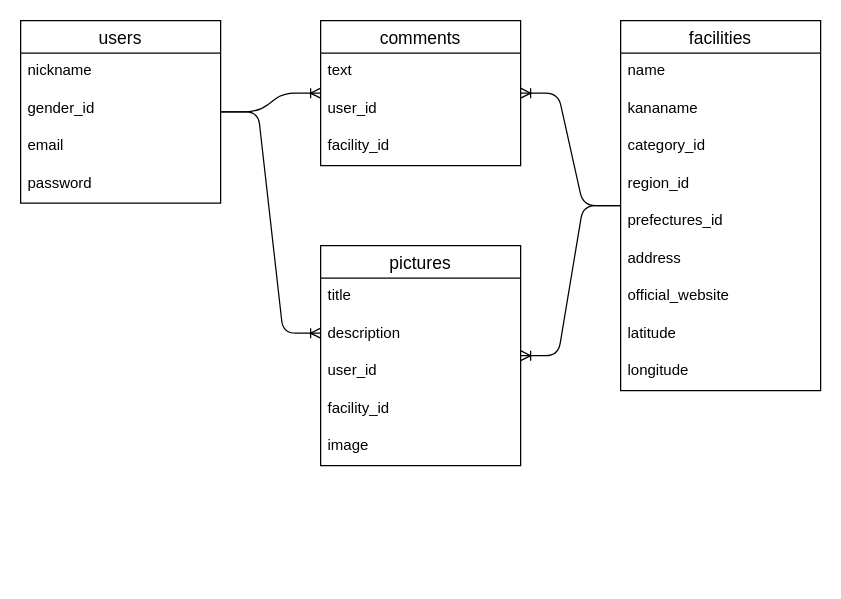
Above: ERD.dio in masaya-Programming/animal-connection (draw.io), before the change. Source tidied: cells renumbered, new cells numbered last; positions are measured from the earlier drawing's top-left corner, leaving out a move shared by most shapes. Both pictures are drawn from the tidied source at 125%, with x=0, y=0 at pixel (20, 20).
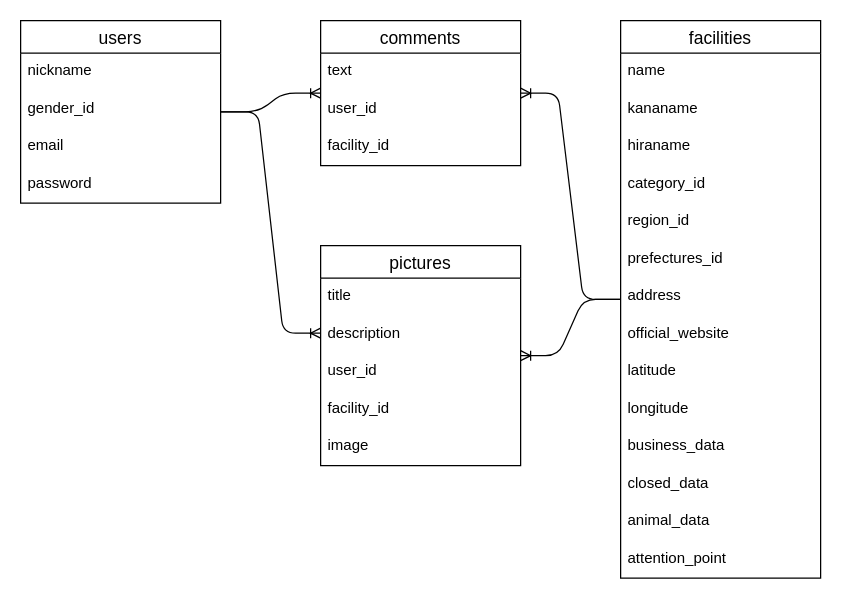
The same page after the edit.

What changed in the source:
```diff
@@
     <mxCell id="11" value="facilities" style="swimlane;fontStyle=0;horizontal=1;startSize=26;align=center;fontSize=14;" parent="1" vertex="1">
-      <mxGeometry x="480" width="160" height="296" as="geometry" />
+      <mxGeometry x="480" width="160" height="446" as="geometry" />
     </mxCell>
@@
+    <mxCell id="31" value="hiraname" style="text;strokeColor=none;fillColor=none;spacingLeft=4;spacingRight=4;overflow=hidden;fontSize=12;" parent="11" vertex="1">
+      <mxGeometry y="86" width="160" height="30" as="geometry" />
+    </mxCell>
     <mxCell id="14" value="category_id" style="text;strokeColor=none;fillColor=none;spacingLeft=4;spacingRight=4;overflow=hidden;fontSize=12;" parent="11" vertex="1">
-      <mxGeometry y="86" width="160" height="30" as="geometry" />
+      <mxGeometry y="116" width="160" height="30" as="geometry" />
     </mxCell>
     <mxCell id="15" value="region_id" style="text;strokeColor=none;fillColor=none;spacingLeft=4;spacingRight=4;overflow=hidden;fontSize=12;" parent="11" vertex="1">
-      <mxGeometry y="116" width="160" height="30" as="geometry" />
+      <mxGeometry y="146" width="160" height="30" as="geometry" />
     </mxCell>
     <mxCell id="16" value="prefectures_id" style="text;strokeColor=none;fillColor=none;spacingLeft=4;spacingRight=4;overflow=hidden;fontSize=12;" parent="11" vertex="1">
-      <mxGeometry y="146" width="160" height="30" as="geometry" />
+      <mxGeometry y="176" width="160" height="30" as="geometry" />
     </mxCell>
     <mxCell id="17" value="address" style="text;strokeColor=none;fillColor=none;spacingLeft=4;spacingRight=4;overflow=hidden;fontSize=12;" parent="11" vertex="1">
-      <mxGeometry y="176" width="160" height="30" as="geometry" />
+      <mxGeometry y="206" width="160" height="30" as="geometry" />
     </mxCell>
     <mxCell id="18" value="official_website" style="text;strokeColor=none;fillColor=none;spacingLeft=4;spacingRight=4;overflow=hidden;fontSize=12;" parent="11" vertex="1">
-      <mxGeometry y="206" width="160" height="30" as="geometry" />
+      <mxGeometry y="236" width="160" height="30" as="geometry" />
     </mxCell>
     <mxCell id="19" value="latitude" style="text;strokeColor=none;fillColor=none;spacingLeft=4;spacingRight=4;overflow=hidden;fontSize=12;" parent="11" vertex="1">
-      <mxGeometry y="236" width="160" height="30" as="geometry" />
+      <mxGeometry y="266" width="160" height="30" as="geometry" />
     </mxCell>
     <mxCell id="20" value="longitude" style="text;strokeColor=none;fillColor=none;spacingLeft=4;spacingRight=4;overflow=hidden;fontSize=12;" parent="11" vertex="1">
-      <mxGeometry y="266" width="160" height="30" as="geometry" />
+      <mxGeometry y="296" width="160" height="30" as="geometry" />
     </mxCell>
+    <mxCell id="32" value="business_data" style="text;strokeColor=none;fillColor=none;spacingLeft=4;spacingRight=4;overflow=hidden;fontSize=12;" parent="11" vertex="1">
+      <mxGeometry y="326" width="160" height="30" as="geometry" />
+    </mxCell>
+    <mxCell id="33" value="closed_data" style="text;strokeColor=none;fillColor=none;spacingLeft=4;spacingRight=4;overflow=hidden;fontSize=12;" parent="11" vertex="1">
+      <mxGeometry y="356" width="160" height="30" as="geometry" />
+    </mxCell>
+    <mxCell id="34" value="animal_data" style="text;strokeColor=none;fillColor=none;spacingLeft=4;spacingRight=4;overflow=hidden;fontSize=12;" parent="11" vertex="1">
+      <mxGeometry y="386" width="160" height="30" as="geometry" />
+    </mxCell>
+    <mxCell id="35" value="attention_point" style="text;strokeColor=none;fillColor=none;spacingLeft=4;spacingRight=4;overflow=hidden;fontSize=12;" parent="11" vertex="1">
+      <mxGeometry y="416" width="160" height="30" as="geometry" />
+    </mxCell>
```
